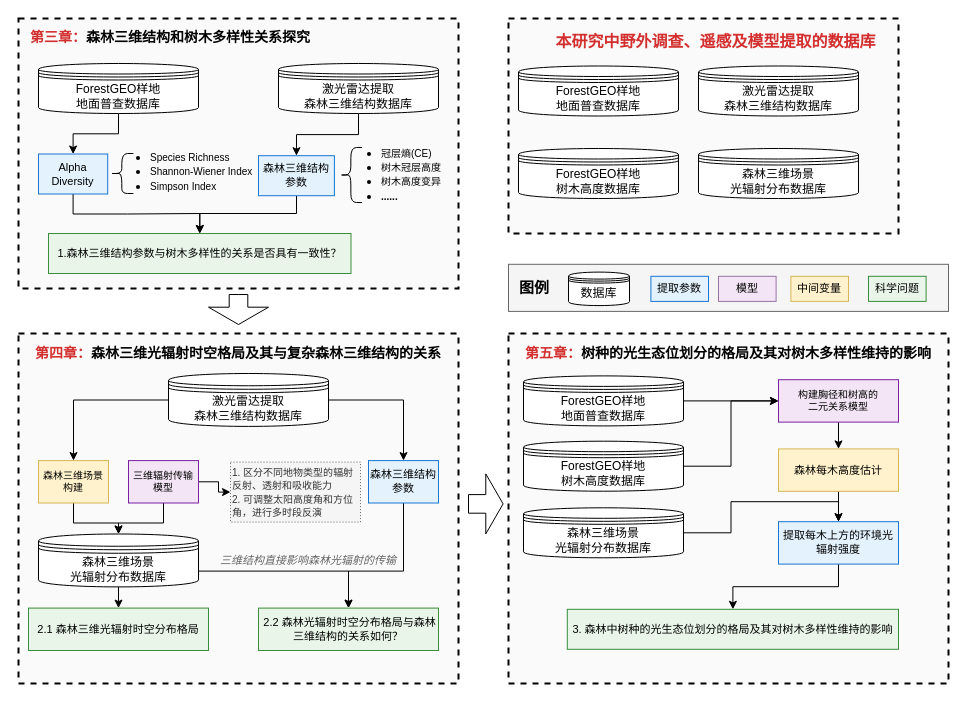
The draw.io diagram 博士论文框架_2.drawio in sy5938/diagrams_save, before the edit. Source tidied: cells renumbered, new cells numbered last; positions are measured from the earlier drawing's top-left corner, leaving out a move shared by most shapes. Both pictures are drawn from the tidied source at 100%, with x=0, y=0 at pixel (18, 18).
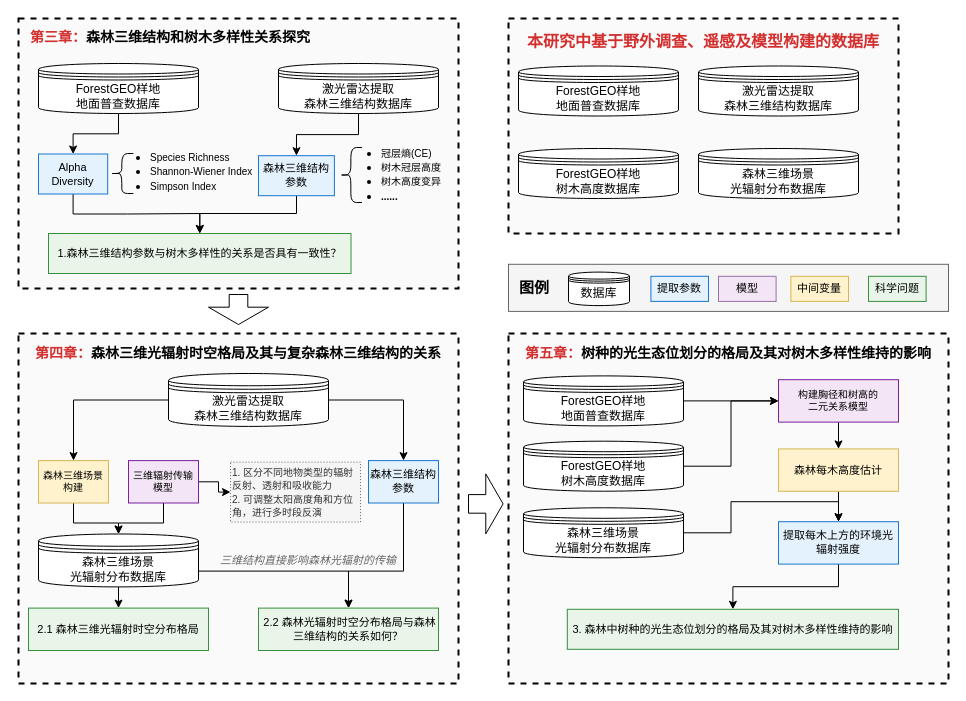
The same page after the edit.

Diff of the diagram source:
```diff
@@
-    <mxCell id="7" value="&lt;font face=&quot;Times New Roman&quot;&gt;本研究中野外调查、遥感及模型提取的数据库&lt;/font&gt;" style="text;html=1;strokeColor=none;fillColor=none;align=center;verticalAlign=middle;whiteSpace=wrap;rounded=0;fontStyle=1;fontSize=16;fontColor=#D32F2F;" parent="1" vertex="1">
-      <mxGeometry x="535" y="10" width="325" height="25" as="geometry" />
+    <mxCell id="7" value="&lt;font face=&quot;Times New Roman&quot;&gt;本研究中基于野外调查、遥感及模型构建的数据库&lt;/font&gt;" style="text;html=1;strokeColor=none;fillColor=none;align=center;verticalAlign=middle;whiteSpace=wrap;rounded=0;fontStyle=1;fontSize=16;fontColor=#D32F2F;" parent="1" vertex="1">
+      <mxGeometry x="500" y="10" width="370" height="25" as="geometry" />
     </mxCell>
```
